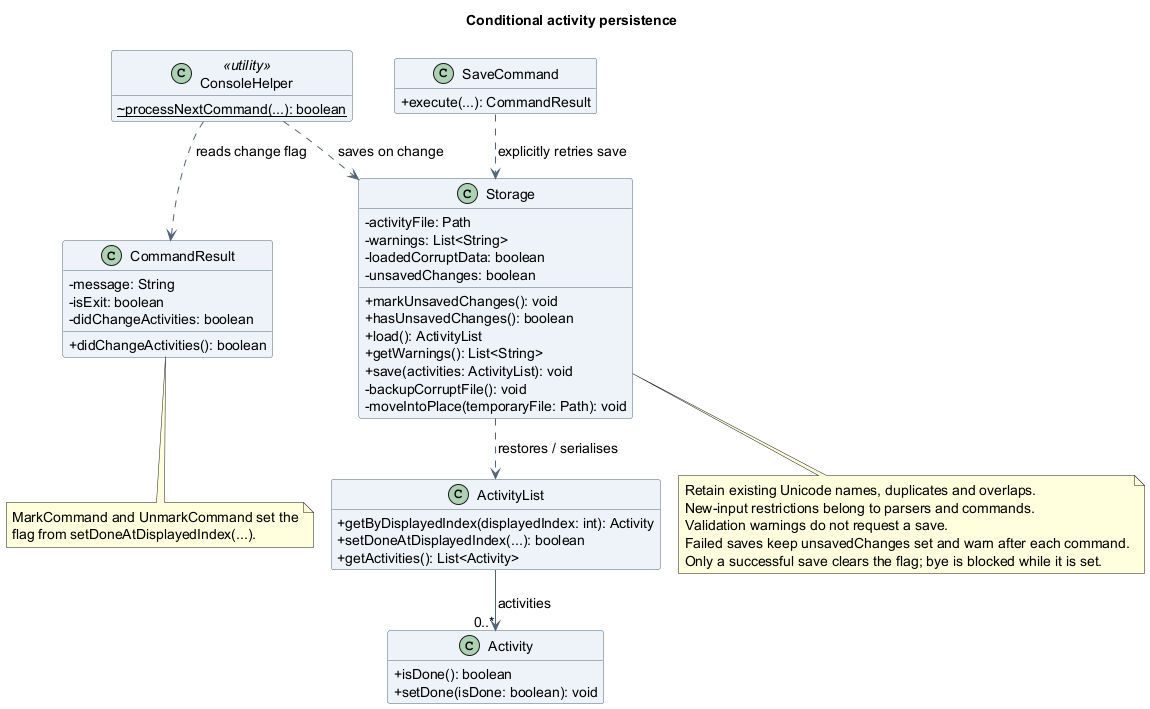
The PlantUML diagram docs/images/oliver/class/ActivityPersistenceClassDiagram.png in AY2627S1-CS2113-T10-4/tp, before a commit.
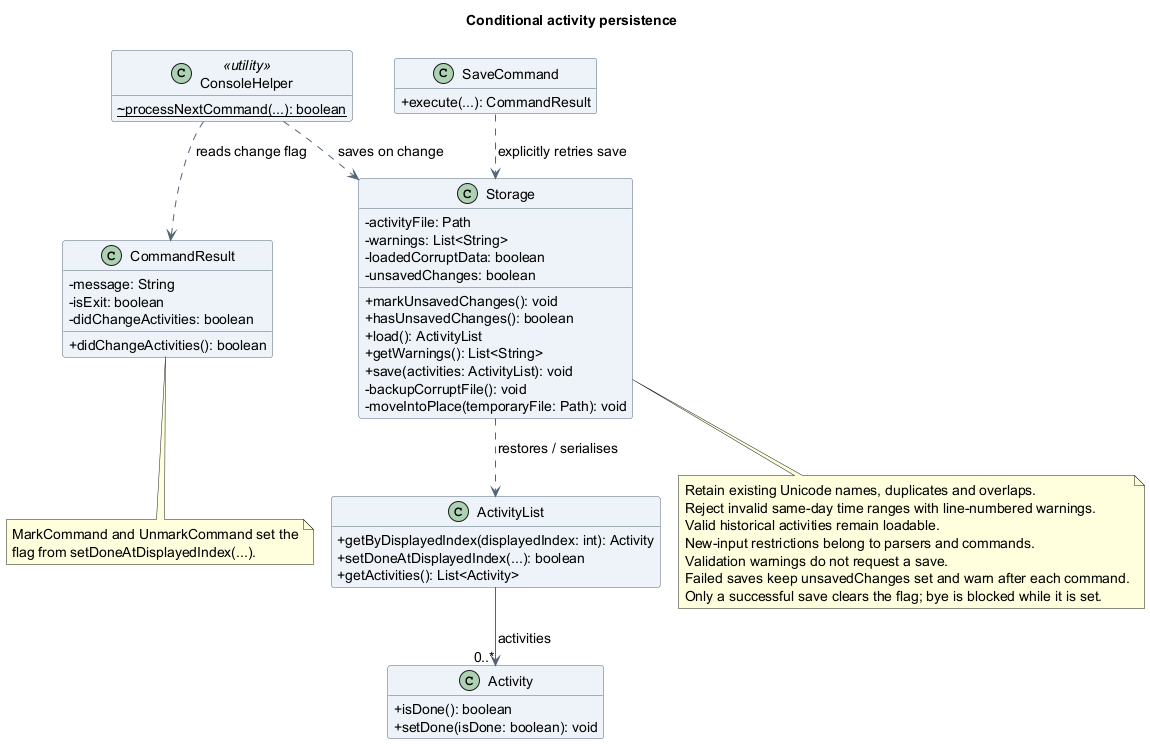
After the commit.

Change to the diagram source:
```diff
@@ -58,6 +58,8 @@
 end note
 note bottom of Storage
   Retain existing Unicode names, duplicates and overlaps.
+  Reject invalid same-day time ranges with line-numbered warnings.
+  Valid historical activities remain loadable.
   New-input restrictions belong to parsers and commands.
   Validation warnings do not request a save.
   Failed saves keep unsavedChanges set and warn after each command.
```
